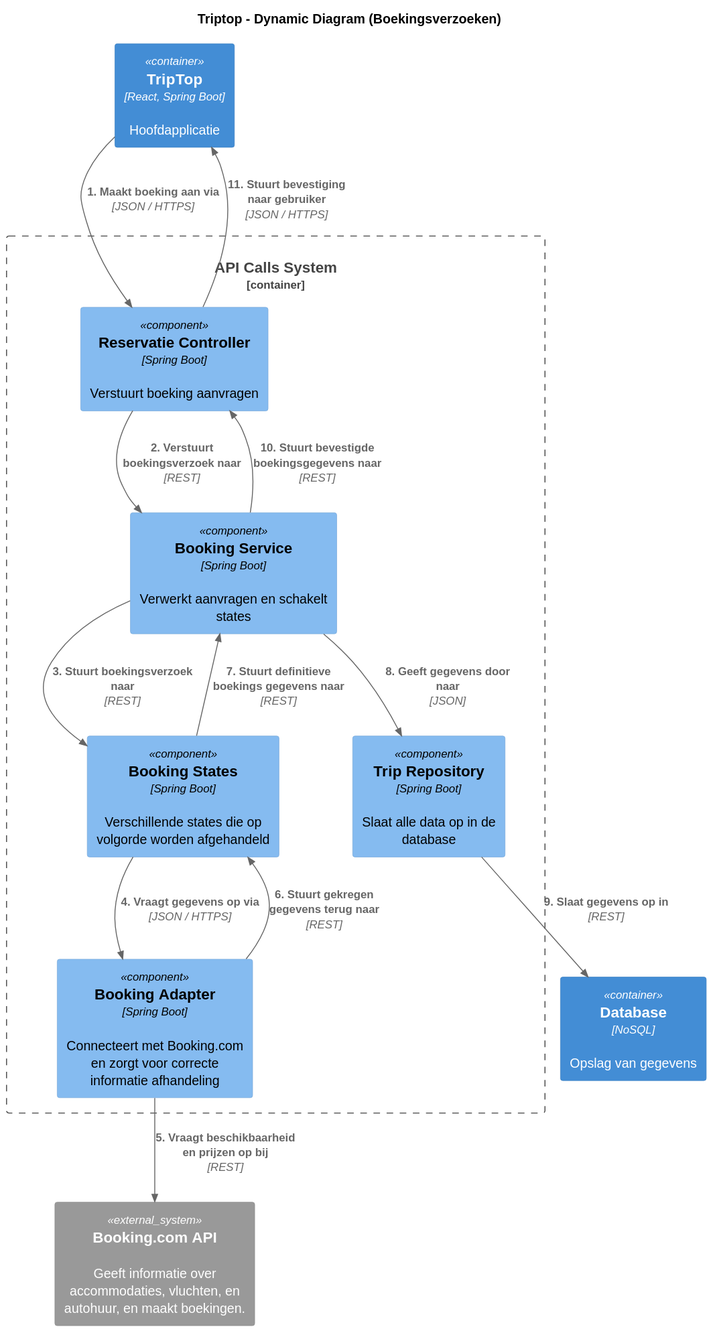
AIM-ENE-feb25/triptop-beca keeps this PlantUML diagram as software-guidebook/ontwerpvraag-burak/dynamic-component-diagram-burak.svg. Above is the earlier version.
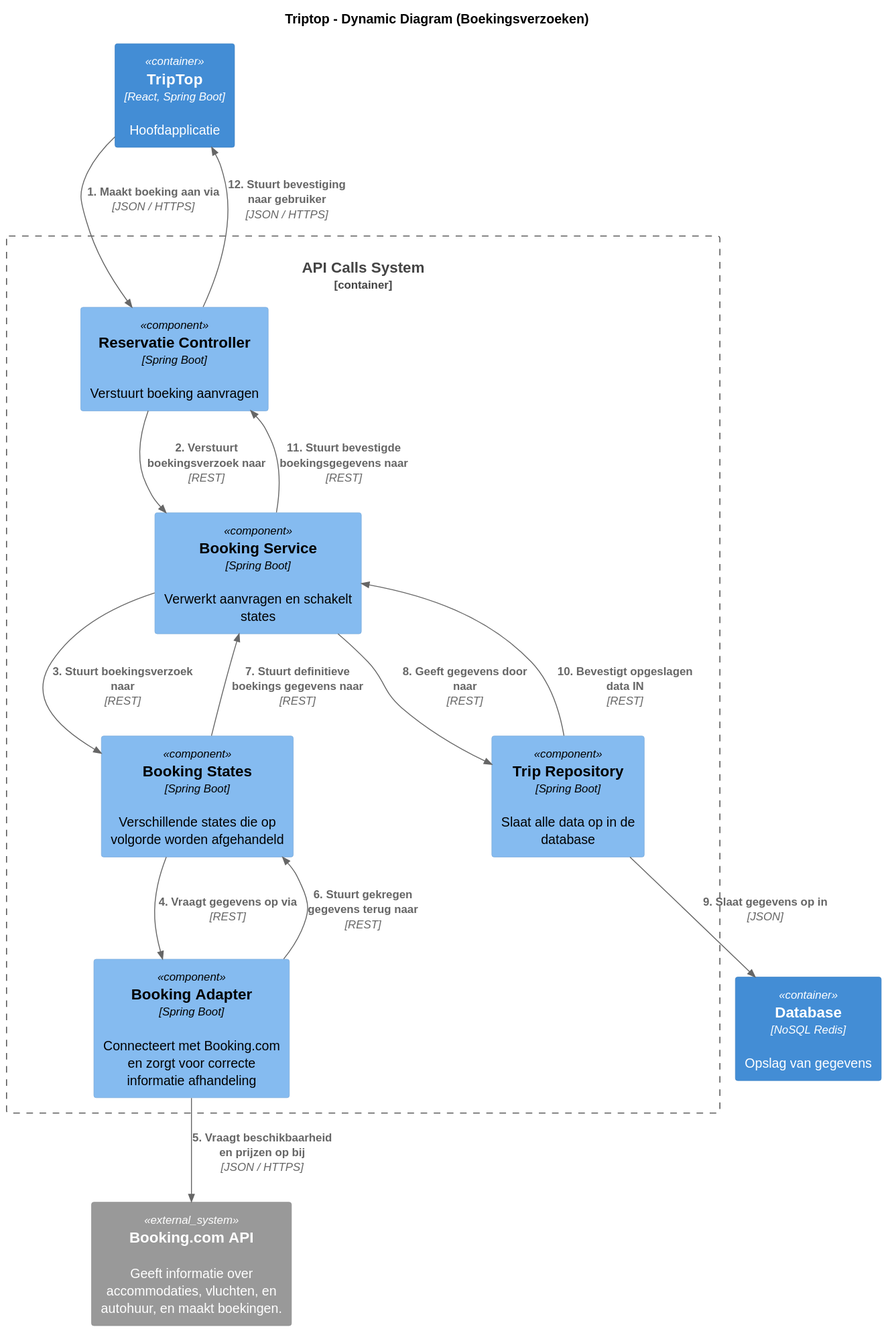
After the commit.

Commit message:
dynamic diagram veranderd

Diff of the diagram source:
```diff
@@ -4,7 +4,7 @@
 title Triptop - Dynamic Diagram (Boekingsverzoeken)
 
 Container(trip_trop, "TripTop", "React, Spring Boot", "Hoofdapplicatie")
-Container(db, "Database", "NoSQL", "Opslag van gegevens")
+Container(db, "Database", "NoSQL Redis", "Opslag van gegevens")
 System_Ext(booking_api, "Booking.com API", "Geeft informatie over accommodaties, vluchten, en autohuur, en maakt boekingen.")
 
 Container_Boundary(backend, "API Calls System") {
@@ -18,12 +18,13 @@
 Rel(trip_trop, reservatie_controller, "1. Maakt boeking aan via", "JSON / HTTPS")
 Rel(reservatie_controller, booking_service, "2. Verstuurt boekingsverzoek naar", "REST")
 Rel(booking_service, booking_states, "3. Stuurt boekingsverzoek naar", "REST")
-Rel(booking_states, booking_adapter, "4. Vraagt gegevens op via", "JSON / HTTPS")
-Rel(booking_adapter, booking_api, "5. Vraagt beschikbaarheid en prijzen op bij", "REST")
+Rel(booking_states, booking_adapter, "4. Vraagt gegevens op via", "REST")
+Rel(booking_adapter, booking_api, "5. Vraagt beschikbaarheid en prijzen op bij", "JSON / HTTPS")
 Rel(booking_adapter, booking_states, "6. Stuurt gekregen gegevens terug naar", "REST")
 Rel(booking_states, booking_service, "7. Stuurt definitieve boekings gegevens naar", "REST")
-Rel(booking_service, trip_repository, "8. Geeft gegevens door naar", "JSON")
-Rel(trip_repository, db, "9. Slaat gegevens op in", "REST")
-Rel(booking_service, reservatie_controller, "10. Stuurt bevestigde boekingsgegevens naar", "REST")
-Rel(reservatie_controller, trip_trop, "11. Stuurt bevestiging naar gebruiker", "JSON / HTTPS")
+Rel(booking_service, trip_repository, "8. Geeft gegevens door naar", "REST")
+Rel(trip_repository, db, "9. Slaat gegevens op in", "JSON")
+Rel(trip_repository, booking_service, "10. Bevestigt opgeslagen data IN", "REST")
+Rel(booking_service, reservatie_controller, "11. Stuurt bevestigde boekingsgegevens naar", "REST")
+Rel(reservatie_controller, trip_trop, "12. Stuurt bevestiging naar gebruiker", "JSON / HTTPS")
 @enduml
```
